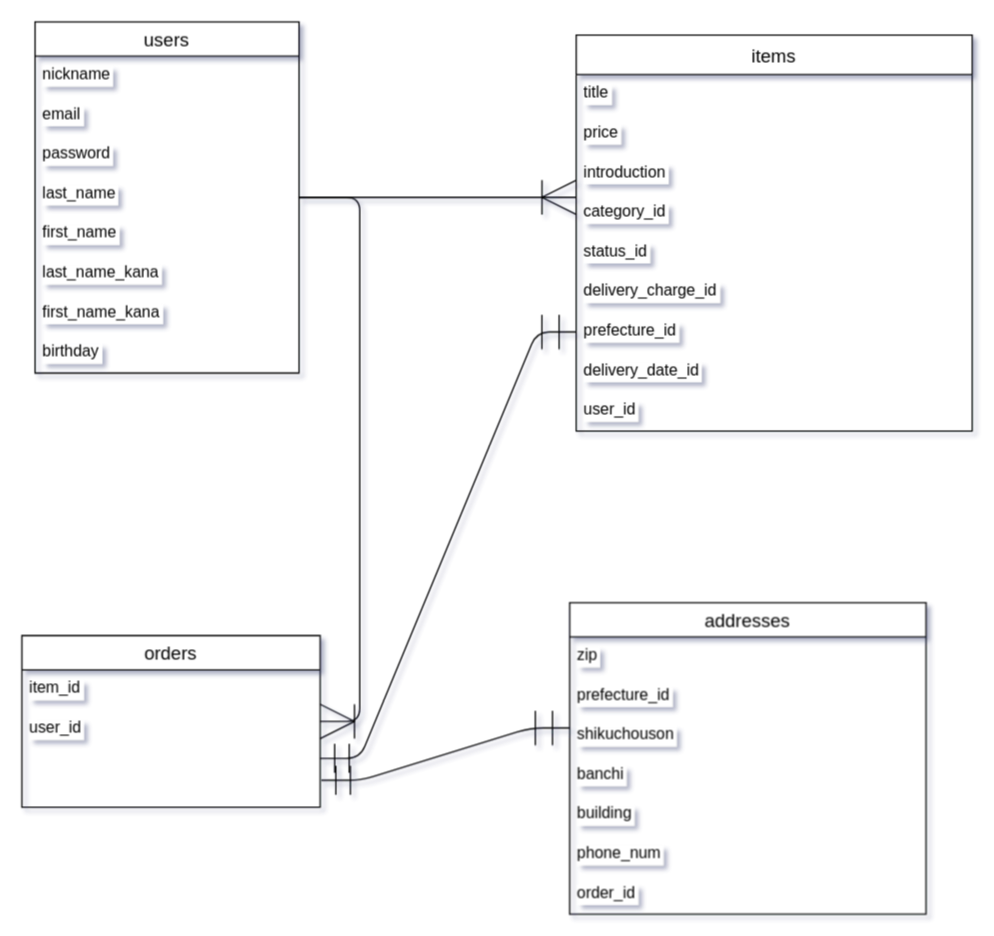
The draw.io diagram furima.dio in iehnfmsm/furima-38264, before the edit. Source tidied: cells renumbered, new cells numbered last; positions are measured from the earlier drawing's top-left corner, leaving out a move shared by most shapes. Both pictures are drawn from the tidied source at 132%, with x=0, y=0 at pixel (21, 21).
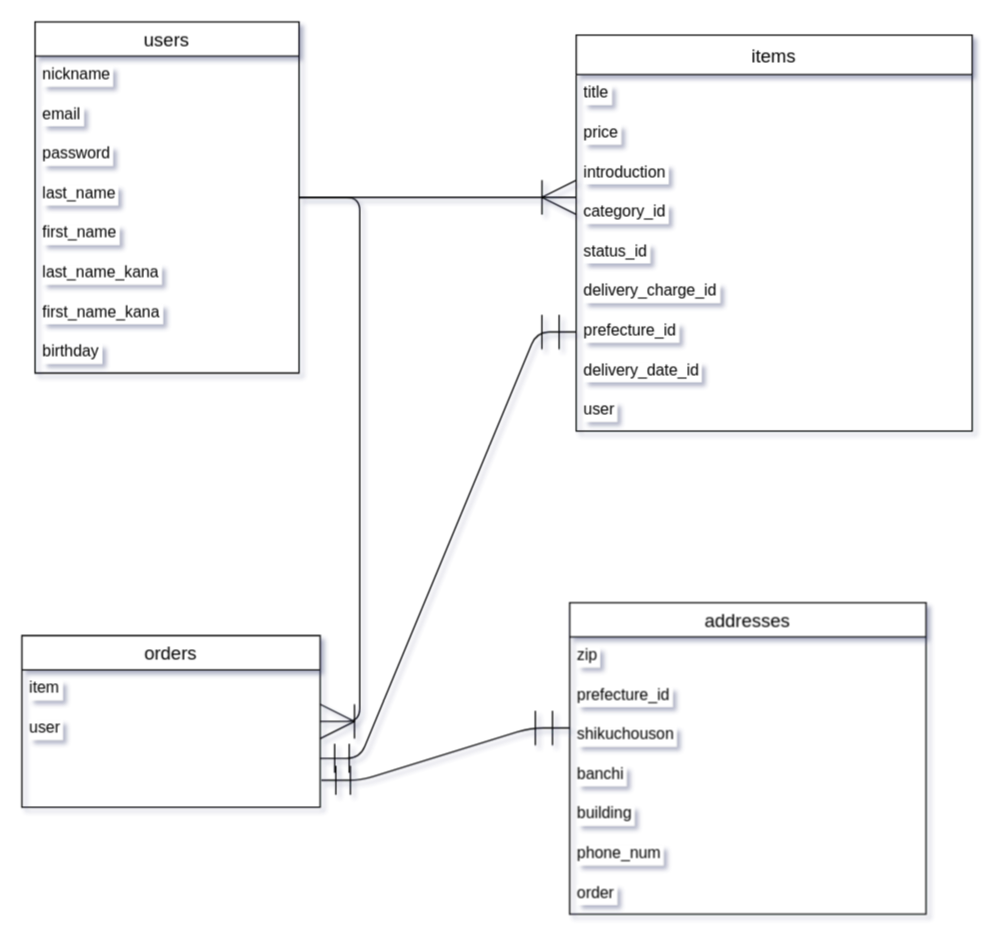
After the change.

Commit message:
DB設計（ER図の修正）

Unchanged cells that the change refers to:
```xml
<mxCell id="11" value="items" style="swimlane;fontStyle=0;horizontal=1;startSize=30;align=center;fontSize=14;labelBackgroundColor=#FFFFFF;fontColor=#000000;labelBorderColor=none;" parent="1" vertex="1">
  <mxGeometry x="420" y="10" width="300" height="300" as="geometry" />
</mxCell>
<mxCell id="22" value="orders" style="swimlane;fontStyle=0;horizontal=1;startSize=26;align=center;fontSize=14;labelBackgroundColor=#FFFFFF;fontColor=#000000;labelBorderColor=none;" parent="1" vertex="1">
  <mxGeometry y="465" width="226" height="130" as="geometry" />
</mxCell>
<mxCell id="25" value="addresses" style="swimlane;fontStyle=0;horizontal=1;startSize=26;align=center;fontSize=14;labelBackgroundColor=#FFFFFF;fontColor=#000000;labelBorderColor=none;" parent="1" vertex="1">
  <mxGeometry x="415" y="440" width="270" height="236" as="geometry" />
</mxCell>
```

Change to the diagram source:
```diff
@@
-    <mxCell id="20" value="user_id" style="text;strokeColor=none;fillColor=none;spacingLeft=4;spacingRight=4;overflow=hidden;fontSize=12;labelBackgroundColor=#FFFFFF;fontColor=#000000;labelBorderColor=none;" parent="11" vertex="1">
+    <mxCell id="20" value="user" style="text;strokeColor=none;fillColor=none;spacingLeft=4;spacingRight=4;overflow=hidden;fontSize=12;labelBackgroundColor=#FFFFFF;fontColor=#000000;labelBorderColor=none;" parent="11" vertex="1">
       <mxGeometry y="270" width="300" height="30" as="geometry" />
     </mxCell>
@@
-    <mxCell id="23" value="item_id" style="text;strokeColor=none;fillColor=none;spacingLeft=4;spacingRight=4;overflow=hidden;fontSize=12;labelBackgroundColor=#FFFFFF;fontColor=#000000;labelBorderColor=none;" parent="22" vertex="1">
+    <mxCell id="23" value="item" style="text;strokeColor=none;fillColor=none;spacingLeft=4;spacingRight=4;overflow=hidden;fontSize=12;labelBackgroundColor=#FFFFFF;fontColor=#000000;labelBorderColor=none;" parent="22" vertex="1">
       <mxGeometry y="26" width="226" height="30" as="geometry" />
     </mxCell>
-    <mxCell id="24" value="user_id" style="text;strokeColor=none;fillColor=none;spacingLeft=4;spacingRight=4;overflow=hidden;points=[[0,0.5],[1,0.5]];portConstraint=eastwest;fontSize=12;labelBackgroundColor=#FFFFFF;fontColor=#000000;labelBorderColor=none;" parent="22" vertex="1">
+    <mxCell id="24" value="user" style="text;strokeColor=none;fillColor=none;spacingLeft=4;spacingRight=4;overflow=hidden;points=[[0,0.5],[1,0.5]];portConstraint=eastwest;fontSize=12;labelBackgroundColor=#FFFFFF;fontColor=#000000;labelBorderColor=none;" parent="22" vertex="1">
       <mxGeometry y="56" width="226" height="74" as="geometry" />
     </mxCell>
@@
-    <mxCell id="32" value="order_id" style="text;strokeColor=none;fillColor=none;spacingLeft=4;spacingRight=4;overflow=hidden;fontSize=12;labelBackgroundColor=#FFFFFF;fontColor=#000000;labelBorderColor=none;" parent="25" vertex="1">
+    <mxCell id="32" value="order" style="text;strokeColor=none;fillColor=none;spacingLeft=4;spacingRight=4;overflow=hidden;fontSize=12;labelBackgroundColor=#FFFFFF;fontColor=#000000;labelBorderColor=none;" parent="25" vertex="1">
       <mxGeometry y="206" width="270" height="30" as="geometry" />
     </mxCell>
```
